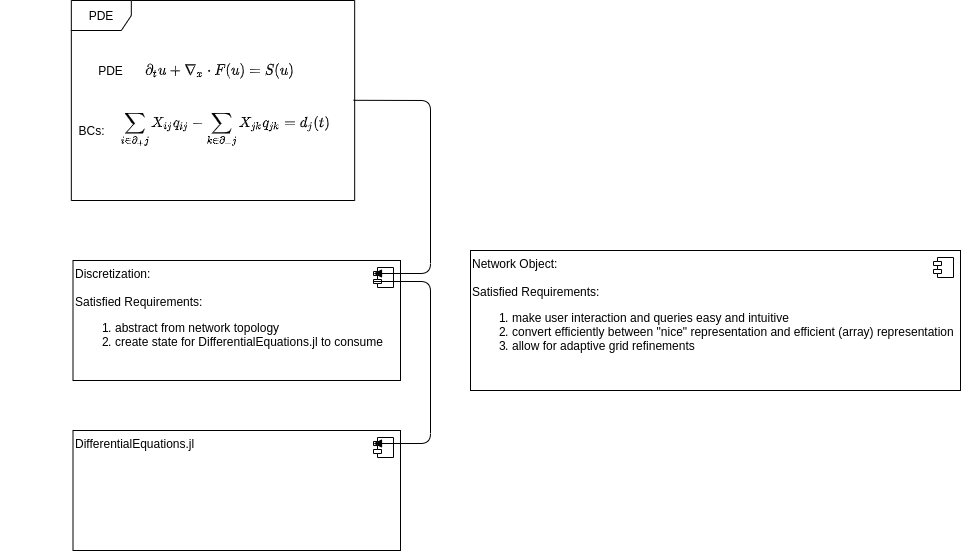
cmhyett/GraphPDE keeps this draw.io diagram as docs/softwareDiagram.png. Above is the earlier version. Source tidied: cells renumbered, new cells last; positions are measured from the earlier drawing's top-left corner, leaving out a move shared by most shapes. Source of this version:
```xml
<mxGraphModel math="1">
  <root>
    <mxCell id="0" />
    <mxCell id="1" parent="0" />
    <mxCell id="2" style="group;" parent="1" vertex="1">
      <mxGeometry width="425" height="200" as="geometry" />
    </mxCell>
    <mxCell id="3" value="PDE" style="shape=umlFrame;whiteSpace=wrap;html=1;" parent="2" vertex="1">
      <mxGeometry x="70.8" width="283.3" height="200" as="geometry" />
    </mxCell>
    <mxCell id="4" value="$$\partial_t u + \nabla_x \cdot F(u) = S(u)$$" style="text;html=1;align=center;verticalAlign=middle;" parent="2" vertex="1">
      <mxGeometry x="94.4" y="60" width="250" height="20" as="geometry" />
    </mxCell>
    <mxCell id="5" value="$$\sum_{i \in \partial_+ j} X_{ij} q_{ij} - \sum_{k \in \partial_- j}X_{jk}q_{jk} = d_j(t)$$" style="text;html=1;align=center;verticalAlign=middle;" parent="2" vertex="1">
      <mxGeometry y="120" width="450" height="20" as="geometry" />
    </mxCell>
    <mxCell id="6" value="PDE" style="text;html=1;align=center;verticalAlign=middle;" parent="2" vertex="1">
      <mxGeometry x="89.7" y="60" width="40" height="20" as="geometry" />
    </mxCell>
    <mxCell id="7" value="BCs:" style="text;html=1;align=center;verticalAlign=middle;" parent="2" vertex="1">
      <mxGeometry x="70.8" y="120" width="40" height="20" as="geometry" />
    </mxCell>
    <mxCell id="8" value="Discretization:&lt;br&gt;&lt;br&gt;Satisfied Requirements:&lt;br&gt;&lt;ol&gt;&lt;li&gt;abstract from network topology&lt;/li&gt;&lt;li&gt;create state for DifferentialEquations.jl to consume&lt;/li&gt;&lt;/ol&gt;" style="align=left;html=1;verticalAlign=top;" parent="1" vertex="1">
      <mxGeometry x="72.5" y="260" width="327.5" height="120" as="geometry" />
    </mxCell>
    <mxCell id="9" style="shape=component;jettyWidth=8;jettyHeight=4;" parent="8" vertex="1">
      <mxGeometry x="1" width="20" height="20" relative="1" as="geometry">
        <mxPoint x="-27" y="7" as="offset" />
      </mxGeometry>
    </mxCell>
    <mxCell id="10" style="html=1;verticalAlign=bottom;endArrow=block;exitX=0.996;exitY=0.499;exitDx=0;exitDy=0;exitPerimeter=0;entryX=0;entryY=0.3;entryDx=0;entryDy=0;" parent="1" edge="1" source="3" target="9">
      <mxGeometry relative="1" as="geometry">
        <Array as="points">
          <mxPoint x="430" y="100" />
          <mxPoint x="430" y="273" />
        </Array>
      </mxGeometry>
    </mxCell>
    <mxCell id="11" value="DifferentialEquations.jl" style="align=left;html=1;verticalAlign=top;" parent="1" vertex="1">
      <mxGeometry x="72.5" y="430" width="327.5" height="120" as="geometry" />
    </mxCell>
    <mxCell id="12" style="shape=component;jettyWidth=8;jettyHeight=4;" parent="11" vertex="1">
      <mxGeometry x="1" width="20" height="20" relative="1" as="geometry">
        <mxPoint x="-27" y="7" as="offset" />
      </mxGeometry>
    </mxCell>
    <mxCell id="13" style="html=1;verticalAlign=bottom;endArrow=block;exitX=0;exitY=0.7;exitDx=0;exitDy=0;entryX=0;entryY=0.3;entryDx=0;entryDy=0;" parent="1" edge="1" source="9" target="12">
      <mxGeometry relative="1" as="geometry">
        <Array as="points">
          <mxPoint x="430" y="281" />
          <mxPoint x="430" y="443" />
        </Array>
      </mxGeometry>
    </mxCell>
    <mxCell id="14" value="Network Object:&lt;br&gt;&lt;br&gt;Satisfied Requirements:&lt;br&gt;&lt;ol&gt;&lt;li&gt;make user interaction and queries easy and intuitive&lt;/li&gt;&lt;li&gt;convert efficiently between &quot;nice&quot; representation and efficient (array) representation&lt;/li&gt;&lt;li&gt;allow for adaptive grid refinements&lt;/li&gt;&lt;/ol&gt;" style="align=left;html=1;verticalAlign=top;" parent="1" vertex="1">
      <mxGeometry x="470" y="250" width="490" height="140" as="geometry" />
    </mxCell>
    <mxCell id="15" style="shape=component;jettyWidth=8;jettyHeight=4;" parent="14" vertex="1">
      <mxGeometry x="1" width="20" height="20" relative="1" as="geometry">
        <mxPoint x="-27" y="7" as="offset" />
      </mxGeometry>
    </mxCell>
  </root>
</mxGraphModel>
```
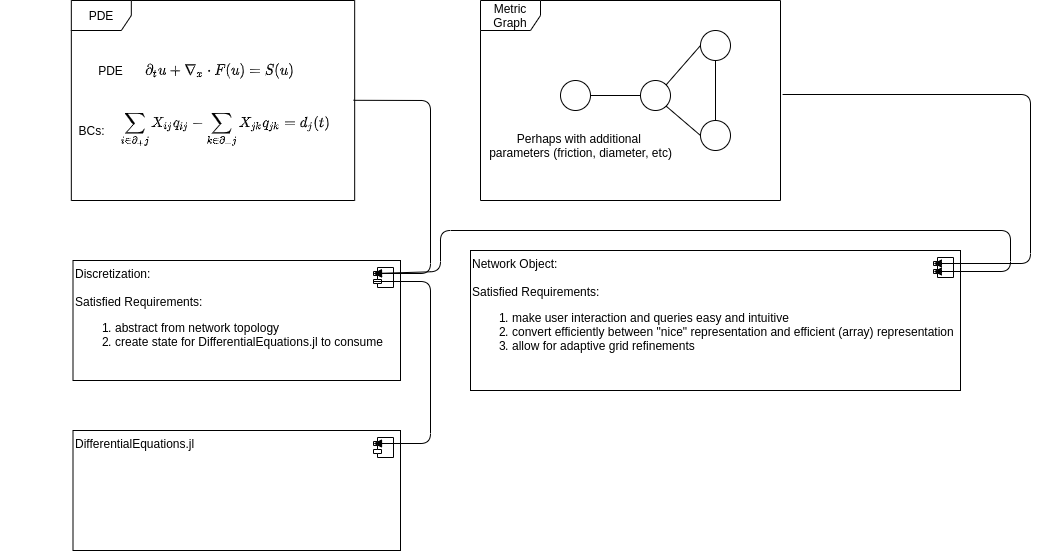
Later version of the same file.

Commit message:
software diagram updates

What changed in the source:
```diff
@@ -60,5 +60,56 @@
         <mxPoint x="-27" y="7" as="offset" />
       </mxGeometry>
     </mxCell>
+    <mxCell id="16" style="group;" parent="1" vertex="1">
+      <mxGeometry x="480" width="300" height="200" as="geometry" />
+    </mxCell>
+    <mxCell id="17" style="ellipse;whiteSpace=wrap;html=1;" parent="16" vertex="1">
+      <mxGeometry x="80" y="80" width="30" height="30" as="geometry" />
+    </mxCell>
+    <mxCell id="18" style="ellipse;whiteSpace=wrap;html=1;" parent="16" vertex="1">
+      <mxGeometry x="160" y="80" width="30" height="30" as="geometry" />
+    </mxCell>
+    <mxCell id="19" style="ellipse;whiteSpace=wrap;html=1;" parent="16" vertex="1">
+      <mxGeometry x="220" y="120" width="30" height="30" as="geometry" />
+    </mxCell>
+    <mxCell id="20" style="ellipse;whiteSpace=wrap;html=1;" parent="16" vertex="1">
+      <mxGeometry x="220" y="30" width="30" height="30" as="geometry" />
+    </mxCell>
+    <mxCell id="21" style="endArrow=none;html=1;entryX=1;entryY=0.5;entryDx=0;entryDy=0;exitX=0;exitY=0.5;exitDx=0;exitDy=0;" parent="16" edge="1" source="18" target="17">
+      <mxGeometry relative="1" as="geometry" />
+    </mxCell>
+    <mxCell id="22" style="endArrow=none;html=1;entryX=1;entryY=0;entryDx=0;entryDy=0;exitX=0;exitY=0.5;exitDx=0;exitDy=0;" parent="16" edge="1" source="20" target="18">
+      <mxGeometry relative="1" as="geometry" />
+    </mxCell>
+    <mxCell id="23" style="endArrow=none;html=1;entryX=1;entryY=1;entryDx=0;entryDy=0;exitX=0;exitY=0.5;exitDx=0;exitDy=0;" parent="16" edge="1" source="19" target="18">
+      <mxGeometry relative="1" as="geometry" />
+    </mxCell>
+    <mxCell id="24" style="endArrow=none;html=1;entryX=0.5;entryY=1;entryDx=0;entryDy=0;exitX=0.5;exitY=0;exitDx=0;exitDy=0;" parent="16" edge="1" source="19" target="20">
+      <mxGeometry relative="1" as="geometry" />
+    </mxCell>
+    <mxCell id="25" value="Metric Graph" style="shape=umlFrame;whiteSpace=wrap;html=1;" parent="16" vertex="1">
+      <mxGeometry width="300" height="200" as="geometry" />
+    </mxCell>
+    <mxCell id="26" value="Perhaps with additional &lt;br&gt;parameters (friction, diameter, etc)" style="text;html=1;align=center;verticalAlign=middle;" parent="16" vertex="1">
+      <mxGeometry y="130" width="200" height="30" as="geometry" />
+    </mxCell>
+    <mxCell id="27" style="endArrow=classic;html=1;exitX=1.007;exitY=0.47;exitDx=0;exitDy=0;exitPerimeter=0;entryX=0;entryY=0.3;entryDx=0;entryDy=0;" parent="1" edge="1" source="25" target="15">
+      <mxGeometry relative="1" as="geometry">
+        <Array as="points">
+          <mxPoint x="1030" y="94" />
+          <mxPoint x="1030" y="263" />
+        </Array>
+      </mxGeometry>
+    </mxCell>
+    <mxCell id="28" style="endArrow=classic;startArrow=classic;html=1;exitX=0;exitY=0.3;exitDx=0;exitDy=0;entryX=0;entryY=0.7;entryDx=0;entryDy=0;" parent="1" edge="1" source="9" target="15">
+      <mxGeometry relative="1" as="geometry">
+        <Array as="points">
+          <mxPoint x="440" y="271" />
+          <mxPoint x="440" y="230" />
+          <mxPoint x="1010" y="230" />
+          <mxPoint x="1010" y="271" />
+        </Array>
+      </mxGeometry>
+    </mxCell>
   </root>
 </mxGraphModel>
```
